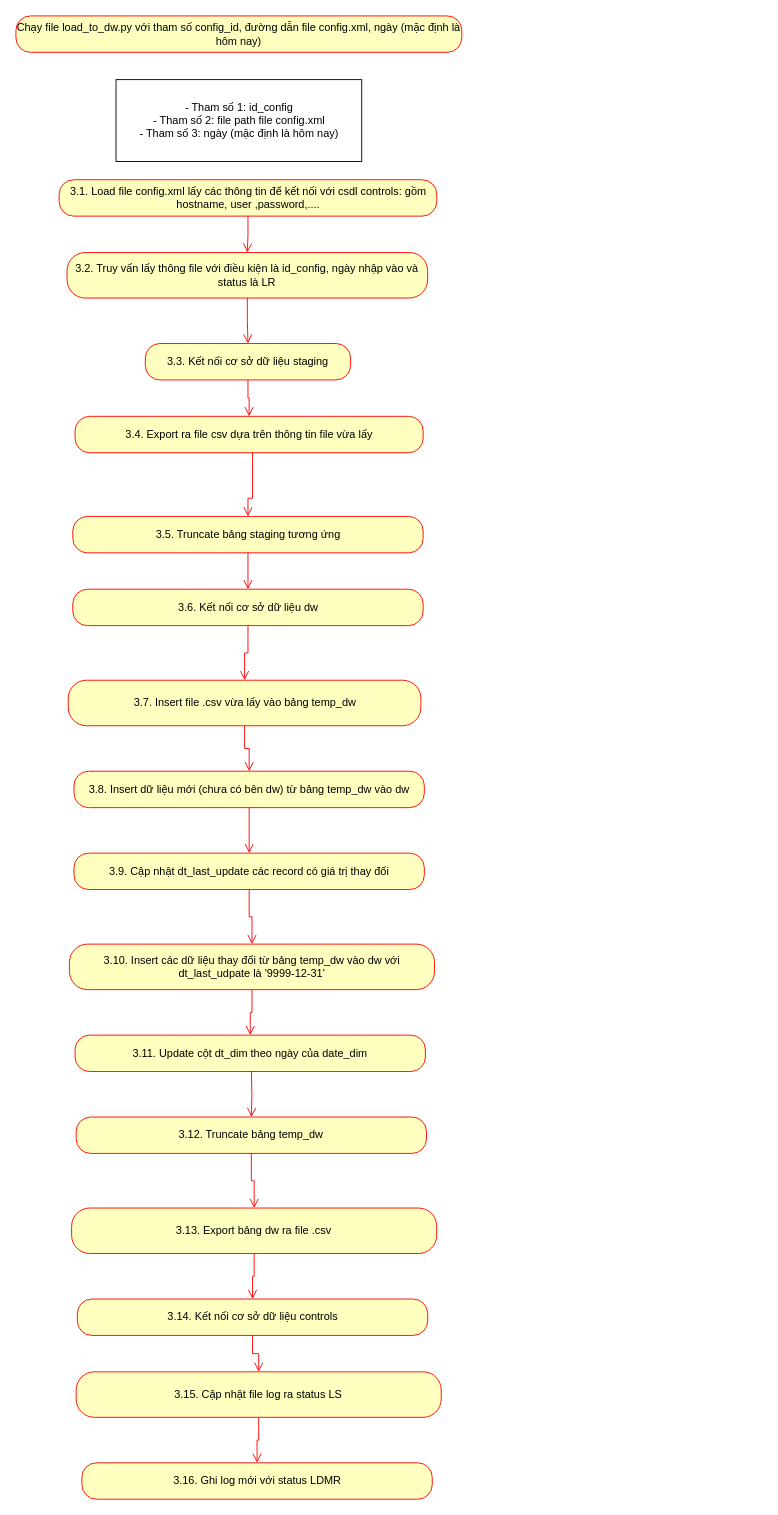
Before: page "Load to dw" (4 of 4) of architecture.drawio in million-dollar-dev/nlu-data-warehouse_project, a draw.io diagram. Source tidied: cells renumbered, new cells numbered last; positions are measured from the earlier drawing's top-left corner, leaving out a move shared by most shapes. Both pictures are drawn from the tidied source at 91%, with x=0, y=0 at pixel (15, 15).
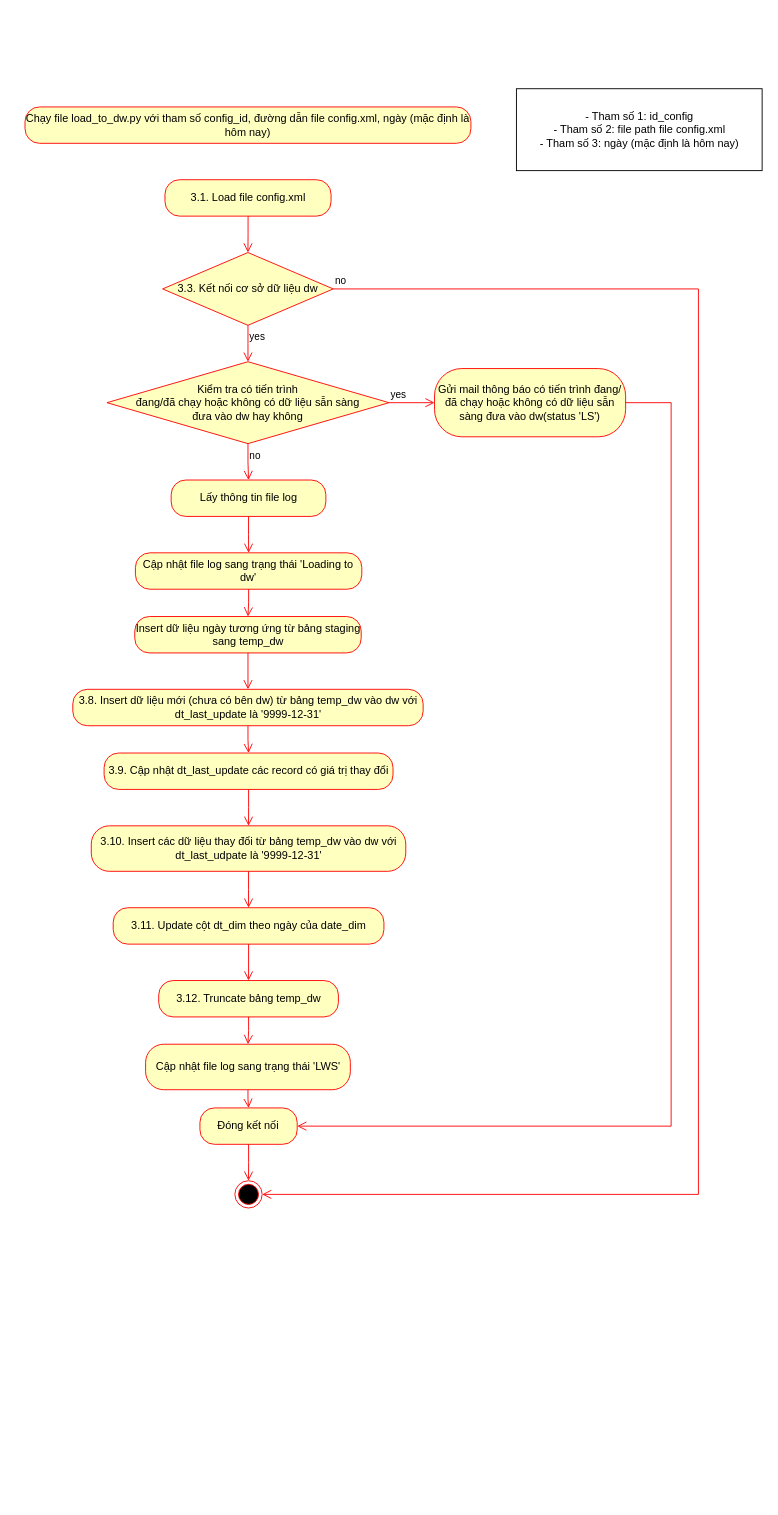
After the change.

The edit, as a diff of the source:
```diff
@@
     <mxCell id="2" value="Chạy file load_to_dw.py với tham số config_id, đường dẫn file config.xml, ngày (mặc định là hôm nay)" style="rounded=1;whiteSpace=wrap;html=1;arcSize=40;fontColor=#000000;fillColor=#ffffc0;strokeColor=#ff0000;" parent="1" vertex="1">
-      <mxGeometry width="490" height="40" as="geometry" />
+      <mxGeometry x="10" y="100" width="490" height="40" as="geometry" />
     </mxCell>
-    <mxCell id="3" value="3.1. Load file config.xml lấy các thông tin để kết nối với csdl controls: gồm hostname, user ,password,...." style="rounded=1;whiteSpace=wrap;html=1;arcSize=40;fontColor=#000000;fillColor=#ffffc0;strokeColor=#ff0000;" parent="1" vertex="1">
-      <mxGeometry x="47.5" y="180" width="415" height="40" as="geometry" />
+    <mxCell id="3" value="3.1. Load file config.xml" style="rounded=1;whiteSpace=wrap;html=1;arcSize=40;fontColor=#000000;fillColor=#ffffc0;strokeColor=#ff0000;" parent="1" vertex="1">
+      <mxGeometry x="163.8" y="180" width="182.5" height="40" as="geometry" />
     </mxCell>
-    <mxCell id="4" style="edgeStyle=orthogonalEdgeStyle;html=1;verticalAlign=bottom;endArrow=open;endSize=8;strokeColor=#ff0000;rounded=0;entryX=0.5;entryY=0;entryDx=0;entryDy=0;" parent="1" edge="1" source="3" target="5">
+    <mxCell id="4" style="edgeStyle=orthogonalEdgeStyle;html=1;verticalAlign=bottom;endArrow=open;endSize=8;strokeColor=#ff0000;rounded=0;entryX=0.5;entryY=0;entryDx=0;entryDy=0;" parent="1" edge="1" source="3" target="38">
       <mxGeometry relative="1" as="geometry" />
     </mxCell>
-    <mxCell id="5" value="3.2. Truy vấn lấy thông file với điều kiện là id_config, ngày nhập vào và status là LR" style="rounded=1;whiteSpace=wrap;html=1;arcSize=40;fontColor=#000000;fillColor=#ffffc0;strokeColor=#ff0000;" parent="1" vertex="1">
-      <mxGeometry x="56.2" y="260" width="396.2" height="50" as="geometry" />
+    <mxCell id="5" value="Lấy thông tin file log" style="rounded=1;whiteSpace=wrap;html=1;arcSize=40;fontColor=#000000;fillColor=#ffffc0;strokeColor=#ff0000;" parent="1" vertex="1">
+      <mxGeometry x="170.6" y="510" width="170" height="40" as="geometry" />
     </mxCell>
-    <mxCell id="6" style="edgeStyle=orthogonalEdgeStyle;html=1;verticalAlign=bottom;endArrow=open;endSize=8;strokeColor=#ff0000;rounded=0;entryX=0.5;entryY=0;entryDx=0;entryDy=0;" parent="1" edge="1" source="5" target="12">
+    <mxCell id="6" style="edgeStyle=orthogonalEdgeStyle;html=1;verticalAlign=bottom;endArrow=open;endSize=8;strokeColor=#ff0000;rounded=0;entryX=0.5;entryY=0;entryDx=0;entryDy=0;" parent="1" edge="1" source="5" target="41">
       <mxGeometry relative="1" as="geometry" />
     </mxCell>
     <mxCell id="7" value="- Tham số 1: id_config&lt;br&gt;- Tham số 2: file path file config.xml&lt;br&gt;- Tham số 3: ngày (mặc định là hôm nay)" style="html=1;" parent="1" vertex="1">
-      <mxGeometry x="110" y="70" width="270" height="90" as="geometry" />
+      <mxGeometry x="550" y="80" width="270" height="90" as="geometry" />
     </mxCell>
-    <mxCell id="8" value="3.4. Export ra file csv dựa trên thông tin file vừa lấy" style="rounded=1;whiteSpace=wrap;html=1;arcSize=40;fontColor=#000000;fillColor=#ffffc0;strokeColor=#ff0000;" parent="1" vertex="1">
-      <mxGeometry x="65" y="440" width="382.5" height="40" as="geometry" />
+    <mxCell id="8" value="Insert dữ liệu ngày tương ứng từ bảng staging sang temp_dw" style="rounded=1;whiteSpace=wrap;html=1;arcSize=40;fontColor=#000000;fillColor=#ffffc0;strokeColor=#ff0000;" parent="1" vertex="1">
+      <mxGeometry x="130.6" y="660" width="248.8" height="40" as="geometry" />
     </mxCell>
-    <mxCell id="9" style="edgeStyle=orthogonalEdgeStyle;html=1;verticalAlign=bottom;endArrow=open;endSize=8;strokeColor=#ff0000;rounded=0;entryX=0.5;entryY=0;entryDx=0;entryDy=0;" parent="1" edge="1" source="8" target="10">
-      <mxGeometry relative="1" as="geometry">
-        <Array as="points">
-          <mxPoint x="260" y="530" />
-          <mxPoint x="255" y="530" />
-        </Array>
-      </mxGeometry>
-    </mxCell>
-    <mxCell id="10" value="3.5. Truncate bảng staging tương ứng" style="rounded=1;whiteSpace=wrap;html=1;arcSize=40;fontColor=#000000;fillColor=#ffffc0;strokeColor=#ff0000;" parent="1" vertex="1">
-      <mxGeometry x="62.5" y="550" width="385" height="40" as="geometry" />
-    </mxCell>
-    <mxCell id="11" style="edgeStyle=orthogonalEdgeStyle;html=1;verticalAlign=bottom;endArrow=open;endSize=8;strokeColor=#ff0000;rounded=0;" parent="1" edge="1" source="10" target="14">
-      <mxGeometry relative="1" as="geometry" />
-    </mxCell>
-    <mxCell id="12" value="3.3. Kết nối cơ sở dữ liệu staging" style="rounded=1;whiteSpace=wrap;html=1;arcSize=40;fontColor=#000000;fillColor=#ffffc0;strokeColor=#ff0000;" parent="1" vertex="1">
-      <mxGeometry x="142.2" y="360" width="225.6" height="40" as="geometry" />
-    </mxCell>
-    <mxCell id="13" style="edgeStyle=orthogonalEdgeStyle;html=1;verticalAlign=bottom;endArrow=open;endSize=8;strokeColor=#ff0000;rounded=0;entryX=0.5;entryY=0;entryDx=0;entryDy=0;" parent="1" edge="1" source="12" target="8">
-      <mxGeometry relative="1" as="geometry" />
-    </mxCell>
-    <mxCell id="14" value="3.6. Kết nối cơ sở dữ liệu dw" style="rounded=1;whiteSpace=wrap;html=1;arcSize=40;fontColor=#000000;fillColor=#ffffc0;strokeColor=#ff0000;" parent="1" vertex="1">
-      <mxGeometry x="62.5" y="630" width="385" height="40" as="geometry" />
-    </mxCell>
-    <mxCell id="15" value="3.7. Insert file .csv vừa lấy vào bảng temp_dw" style="rounded=1;whiteSpace=wrap;html=1;arcSize=40;fontColor=#000000;fillColor=#ffffc0;strokeColor=#ff0000;" parent="1" vertex="1">
-      <mxGeometry x="57.5" y="730" width="387.5" height="50" as="geometry" />
-    </mxCell>
-    <mxCell id="16" style="edgeStyle=orthogonalEdgeStyle;html=1;verticalAlign=bottom;endArrow=open;endSize=8;strokeColor=#ff0000;rounded=0;entryX=0.5;entryY=0;entryDx=0;entryDy=0;exitX=0.5;exitY=1;exitDx=0;exitDy=0;" parent="1" edge="1" source="14" target="15">
-      <mxGeometry relative="1" as="geometry" />
-    </mxCell>
-    <mxCell id="17" value="3.8. Insert dữ liệu mới (chưa có bên dw) từ bảng temp_dw vào dw" style="rounded=1;whiteSpace=wrap;html=1;arcSize=40;fontColor=#000000;fillColor=#ffffc0;strokeColor=#ff0000;" parent="1" vertex="1">
-      <mxGeometry x="63.8" y="830" width="385" height="40" as="geometry" />
+    <mxCell id="17" value="3.8. Insert dữ liệu mới (chưa có bên dw) từ bảng temp_dw vào dw với dt_last_update là '9999-12-31'" style="rounded=1;whiteSpace=wrap;html=1;arcSize=40;fontColor=#000000;fillColor=#ffffc0;strokeColor=#ff0000;" parent="1" vertex="1">
+      <mxGeometry x="62.5" y="740" width="385" height="40" as="geometry" />
     </mxCell>
-    <mxCell id="18" style="edgeStyle=orthogonalEdgeStyle;html=1;verticalAlign=bottom;endArrow=open;endSize=8;strokeColor=#ff0000;rounded=0;entryX=0.5;entryY=0;entryDx=0;entryDy=0;exitX=0.5;exitY=1;exitDx=0;exitDy=0;" parent="1" edge="1" source="15" target="17">
+    <mxCell id="18" style="edgeStyle=orthogonalEdgeStyle;html=1;verticalAlign=bottom;endArrow=open;endSize=8;strokeColor=#ff0000;rounded=0;entryX=0.5;entryY=0;entryDx=0;entryDy=0;exitX=0.5;exitY=1;exitDx=0;exitDy=0;" parent="1" edge="1" source="8" target="17">
       <mxGeometry relative="1" as="geometry" />
     </mxCell>
     <mxCell id="19" value="3.9. Cập nhật dt_last_update các record có giá trị thay đổi" style="rounded=1;whiteSpace=wrap;html=1;arcSize=40;fontColor=#000000;fillColor=#ffffc0;strokeColor=#ff0000;" parent="1" vertex="1">
-      <mxGeometry x="63.8" y="920" width="385" height="40" as="geometry" />
+      <mxGeometry x="96.9" y="810" width="317.5" height="40" as="geometry" />
     </mxCell>
     <mxCell id="20" value="3.10. Insert các dữ liệu thay đổi từ bảng temp_dw vào dw với dt_last_udpate là '9999-12-31'" style="rounded=1;whiteSpace=wrap;html=1;arcSize=40;fontColor=#000000;fillColor=#ffffc0;strokeColor=#ff0000;" parent="1" vertex="1">
-      <mxGeometry x="58.8" y="1020" width="401.2" height="50" as="geometry" />
+      <mxGeometry x="82.8" y="890" width="345.6" height="50" as="geometry" />
     </mxCell>
@@
     <mxCell id="22" value="3.11. Update cột dt_dim theo ngày của date_dim" style="rounded=1;whiteSpace=wrap;html=1;arcSize=40;fontColor=#000000;fillColor=#ffffc0;strokeColor=#ff0000;" parent="1" vertex="1">
-      <mxGeometry x="65" y="1120" width="385" height="40" as="geometry" />
+      <mxGeometry x="106.9" y="980" width="297.5" height="40" as="geometry" />
     </mxCell>
@@
     <mxCell id="25" value="3.12. Truncate bảng temp_dw" style="rounded=1;whiteSpace=wrap;html=1;arcSize=40;fontColor=#000000;fillColor=#ffffc0;strokeColor=#ff0000;" parent="1" vertex="1">
-      <mxGeometry x="66.2" y="1210" width="385" height="40" as="geometry" />
+      <mxGeometry x="156.9" y="1060" width="197.5" height="40" as="geometry" />
     </mxCell>
-    <mxCell id="26" value="3.13. Export bảng dw ra file .csv" style="rounded=1;whiteSpace=wrap;html=1;arcSize=40;fontColor=#000000;fillColor=#ffffc0;strokeColor=#ff0000;" parent="1" vertex="1">
-      <mxGeometry x="61.2" y="1310" width="401.2" height="50" as="geometry" />
-    </mxCell>
-    <mxCell id="27" style="edgeStyle=orthogonalEdgeStyle;html=1;verticalAlign=bottom;endArrow=open;endSize=8;strokeColor=#ff0000;rounded=0;entryX=0.5;entryY=0;entryDx=0;entryDy=0;exitX=0.5;exitY=1;exitDx=0;exitDy=0;" parent="1" edge="1" source="25" target="26">
+    <mxCell id="27" style="edgeStyle=orthogonalEdgeStyle;html=1;verticalAlign=bottom;endArrow=open;endSize=8;strokeColor=#ff0000;rounded=0;exitX=0.5;exitY=1;exitDx=0;exitDy=0;entryX=0.5;entryY=0;entryDx=0;entryDy=0;" parent="1" edge="1" source="25" target="31">
       <mxGeometry relative="1" as="geometry" />
     </mxCell>
-    <mxCell id="28" value="3.14. Kết nối cơ sở dữ liệu controls" style="rounded=1;whiteSpace=wrap;html=1;arcSize=40;fontColor=#000000;fillColor=#ffffc0;strokeColor=#ff0000;" parent="1" vertex="1">
-      <mxGeometry x="67.5" y="1410" width="385" height="40" as="geometry" />
-    </mxCell>
-    <mxCell id="29" style="edgeStyle=orthogonalEdgeStyle;html=1;verticalAlign=bottom;endArrow=open;endSize=8;strokeColor=#ff0000;rounded=0;entryX=0.5;entryY=0;entryDx=0;entryDy=0;exitX=0.5;exitY=1;exitDx=0;exitDy=0;" parent="1" edge="1" source="26" target="28">
-      <mxGeometry relative="1" as="geometry" />
-    </mxCell>
-    <mxCell id="30" style="edgeStyle=orthogonalEdgeStyle;html=1;verticalAlign=bottom;endArrow=open;endSize=8;strokeColor=#ff0000;rounded=0;entryX=0.5;entryY=0;entryDx=0;entryDy=0;" parent="1" edge="1" target="25">
-      <mxGeometry relative="1" as="geometry">
-        <mxPoint x="258.8" y="1160" as="sourcePoint" />
-      </mxGeometry>
+    <mxCell id="30" style="edgeStyle=orthogonalEdgeStyle;html=1;verticalAlign=bottom;endArrow=open;endSize=8;strokeColor=#ff0000;rounded=0;entryX=0.5;entryY=0;entryDx=0;entryDy=0;exitX=0.5;exitY=1;exitDx=0;exitDy=0;" parent="1" edge="1" source="22" target="25">
+      <mxGeometry relative="1" as="geometry" />
     </mxCell>
-    <mxCell id="31" value="3.15. Cập nhật file log ra status LS" style="rounded=1;whiteSpace=wrap;html=1;arcSize=40;fontColor=#000000;fillColor=#ffffc0;strokeColor=#ff0000;" parent="1" vertex="1">
-      <mxGeometry x="66.2" y="1490" width="401.2" height="50" as="geometry" />
+    <mxCell id="31" value="Cập nhật file log sang trạng thái 'LWS'" style="rounded=1;whiteSpace=wrap;html=1;arcSize=40;fontColor=#000000;fillColor=#ffffc0;strokeColor=#ff0000;" parent="1" vertex="1">
+      <mxGeometry x="142.5" y="1130" width="225" height="50" as="geometry" />
     </mxCell>
-    <mxCell id="32" value="3.16. Ghi log mới với status LDMR" style="rounded=1;whiteSpace=wrap;html=1;arcSize=40;fontColor=#000000;fillColor=#ffffc0;strokeColor=#ff0000;" parent="1" vertex="1">
-      <mxGeometry x="72.5" y="1590" width="385" height="40" as="geometry" />
+    <mxCell id="32" value="Đóng kết nối" style="rounded=1;whiteSpace=wrap;html=1;arcSize=40;fontColor=#000000;fillColor=#ffffc0;strokeColor=#ff0000;" parent="1" vertex="1">
+      <mxGeometry x="202.2" y="1200" width="106.9" height="40" as="geometry" />
     </mxCell>
@@
-    <mxCell id="34" style="edgeStyle=orthogonalEdgeStyle;html=1;verticalAlign=bottom;endArrow=open;endSize=8;strokeColor=#ff0000;rounded=0;entryX=0.5;entryY=0;entryDx=0;entryDy=0;exitX=0.5;exitY=1;exitDx=0;exitDy=0;" parent="1" edge="1" source="28" target="31">
-      <mxGeometry relative="1" as="geometry" />
-    </mxCell>
+    <mxCell id="35" value="Kiểm tra có tiến trình &lt;br&gt;đang/đã chạy hoặc không có dữ liệu sẵn sàng &lt;br&gt;đưa vào dw hay không" style="rhombus;whiteSpace=wrap;html=1;fillColor=#ffffc0;strokeColor=#ff0000;" parent="1" vertex="1">
+      <mxGeometry x="100" y="380" width="310" height="90" as="geometry" />
+    </mxCell>
+    <mxCell id="36" value="yes" style="edgeStyle=orthogonalEdgeStyle;html=1;align=left;verticalAlign=bottom;endArrow=open;endSize=8;strokeColor=#ff0000;rounded=0;exitX=1;exitY=0.5;exitDx=0;exitDy=0;entryX=0;entryY=0.5;entryDx=0;entryDy=0;" parent="1" edge="1" source="35" target="45">
+      <mxGeometry x="-1" relative="1" as="geometry" />
+    </mxCell>
+    <mxCell id="37" value="no" style="edgeStyle=orthogonalEdgeStyle;html=1;align=left;verticalAlign=top;endArrow=open;endSize=8;strokeColor=#ff0000;rounded=0;exitX=0.5;exitY=1;exitDx=0;exitDy=0;entryX=0.5;entryY=0;entryDx=0;entryDy=0;" parent="1" edge="1" source="35" target="5">
+      <mxGeometry x="-1" relative="1" as="geometry" />
+    </mxCell>
+    <mxCell id="38" value="3.3. Kết nối cơ sở dữ liệu dw" style="rhombus;whiteSpace=wrap;html=1;fillColor=#ffffc0;strokeColor=#ff0000;" parent="1" vertex="1">
+      <mxGeometry x="161.2" y="260" width="187.5" height="80" as="geometry" />
+    </mxCell>
+    <mxCell id="39" value="no" style="edgeStyle=orthogonalEdgeStyle;html=1;align=left;verticalAlign=bottom;endArrow=open;endSize=8;strokeColor=#ff0000;rounded=0;entryX=1;entryY=0.5;entryDx=0;entryDy=0;" parent="1" edge="1" source="38" target="43">
+      <mxGeometry x="-1" relative="1" as="geometry">
+        <Array as="points">
+          <mxPoint x="750" y="300" />
+          <mxPoint x="750" y="1295" />
+        </Array>
+      </mxGeometry>
+    </mxCell>
+    <mxCell id="40" value="yes" style="edgeStyle=orthogonalEdgeStyle;html=1;align=left;verticalAlign=top;endArrow=open;endSize=8;strokeColor=#ff0000;rounded=0;entryX=0.5;entryY=0;entryDx=0;entryDy=0;" parent="1" edge="1" source="38" target="35">
+      <mxGeometry x="-1" relative="1" as="geometry" />
+    </mxCell>
+    <mxCell id="41" value="Cập nhật file log sang trạng thái 'Loading to dw'" style="rounded=1;whiteSpace=wrap;html=1;arcSize=40;fontColor=#000000;fillColor=#ffffc0;strokeColor=#ff0000;" parent="1" vertex="1">
+      <mxGeometry x="131.3" y="590" width="248.8" height="40" as="geometry" />
+    </mxCell>
+    <mxCell id="42" style="edgeStyle=orthogonalEdgeStyle;html=1;verticalAlign=bottom;endArrow=open;endSize=8;strokeColor=#ff0000;rounded=0;entryX=0.5;entryY=0;entryDx=0;entryDy=0;exitX=0.5;exitY=1;exitDx=0;exitDy=0;" parent="1" edge="1" source="41" target="8">
+      <mxGeometry relative="1" as="geometry" />
+    </mxCell>
+    <mxCell id="43" style="ellipse;html=1;shape=endState;fillColor=#000000;strokeColor=#ff0000;" parent="1" vertex="1">
+      <mxGeometry x="240.6" y="1280" width="30" height="30" as="geometry" />
+    </mxCell>
+    <mxCell id="44" style="edgeStyle=orthogonalEdgeStyle;html=1;verticalAlign=bottom;endArrow=open;endSize=8;strokeColor=#ff0000;rounded=0;entryX=0.5;entryY=0;entryDx=0;entryDy=0;exitX=0.5;exitY=1;exitDx=0;exitDy=0;" parent="1" edge="1" source="32" target="43">
+      <mxGeometry relative="1" as="geometry" />
+    </mxCell>
+    <mxCell id="45" value="Gửi mail thông báo có tiến trình đang/đã chạy hoặc không có dữ liệu sẵn sàng đưa vào dw(status 'LS')" style="rounded=1;whiteSpace=wrap;html=1;arcSize=40;fontColor=#000000;fillColor=#ffffc0;strokeColor=#ff0000;" parent="1" vertex="1">
+      <mxGeometry x="460" y="387.5" width="210" height="75" as="geometry" />
+    </mxCell>
+    <mxCell id="46" style="edgeStyle=orthogonalEdgeStyle;html=1;verticalAlign=bottom;endArrow=open;endSize=8;strokeColor=#ff0000;rounded=0;entryX=1;entryY=0.5;entryDx=0;entryDy=0;exitX=1;exitY=0.5;exitDx=0;exitDy=0;" parent="1" edge="1" source="45" target="32">
+      <mxGeometry relative="1" as="geometry">
+        <Array as="points">
+          <mxPoint x="720" y="425" />
+          <mxPoint x="720" y="1220" />
+        </Array>
+      </mxGeometry>
+    </mxCell>
```
